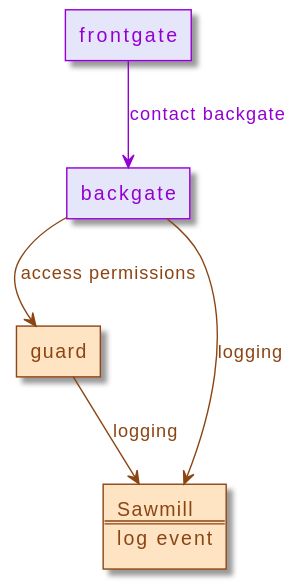
This is documentation/images/logical-structure/core.svg from LanDinh/khaleesi-ninja, a PlantUML export, as it was before one commit.
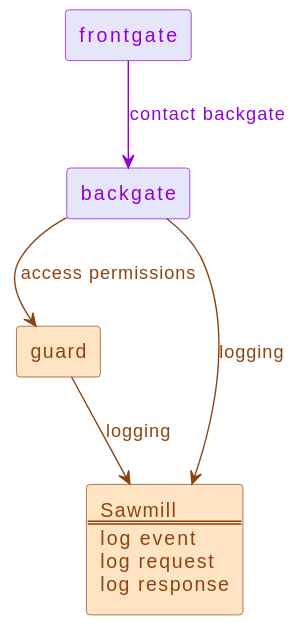
After the commit.

Diff of the diagram source:
```diff
@@ -19,6 +19,8 @@
   Sawmill
   ====
   log event
+  log request
+  log response
 ]
 
 frontgate --> backgate #darkviolet;text:darkviolet : contact backgate
```
